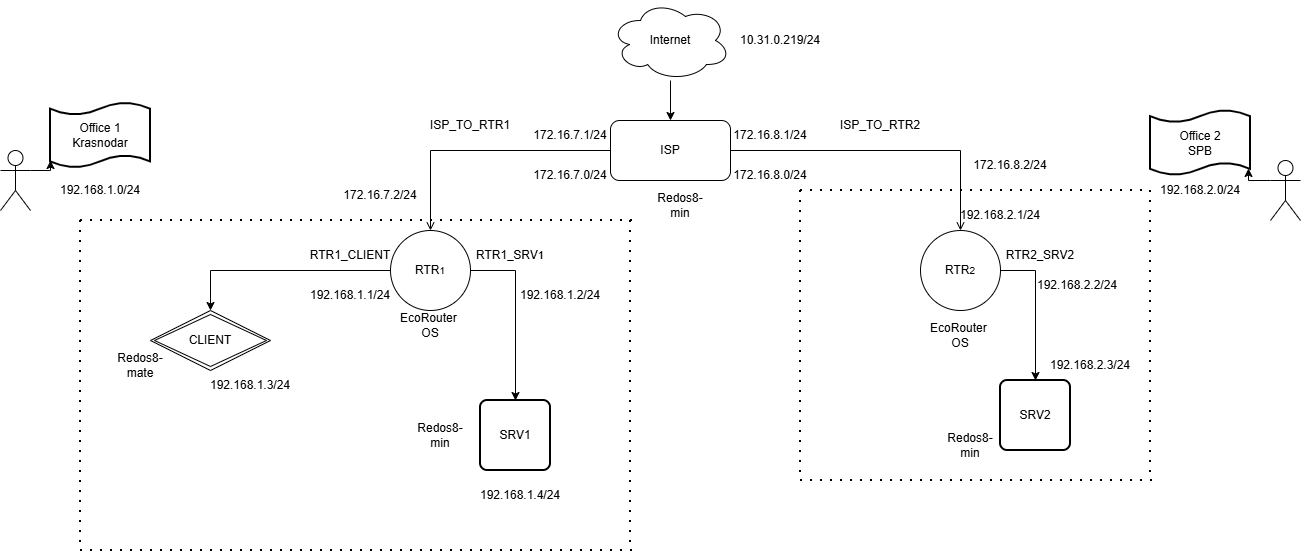
Above: Диаграмма без названия.drawio.png in polina497/petrocollege (draw.io), before the change. Source tidied: cells renumbered, new cells last; positions are measured from the earlier drawing's top-left corner, leaving out a move shared by most shapes.
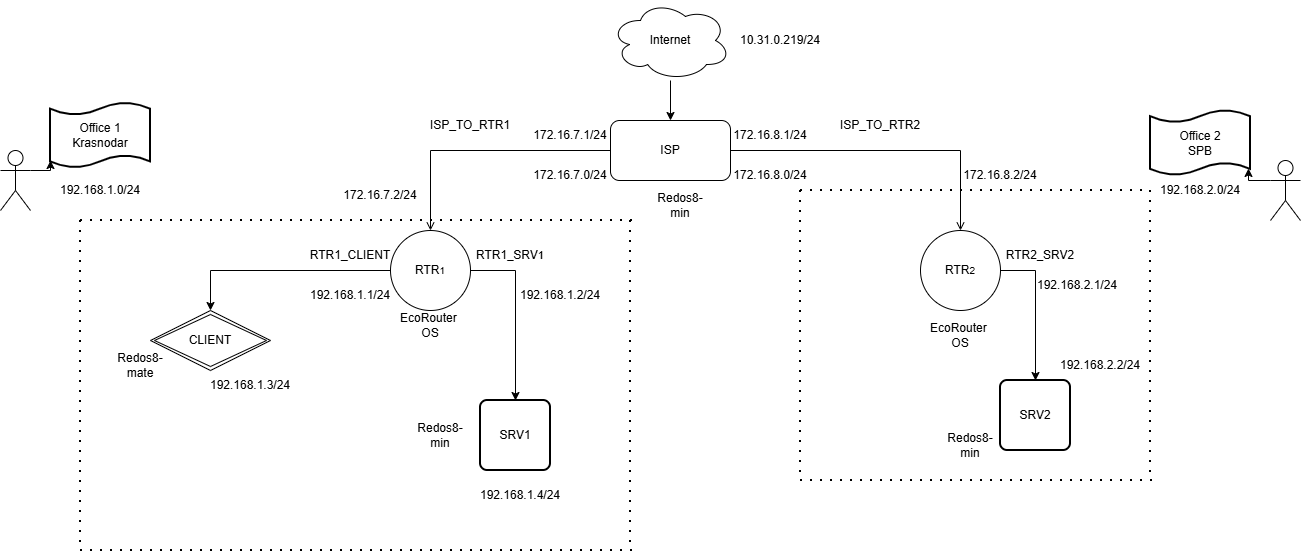
The same diagram one commit later.

What changed in the source:
```diff
@@ -129,7 +129,7 @@
       <mxGeometry x="740" y="160" width="60" height="30" as="geometry" />
     </mxCell>
     <mxCell id="36" value="192.168.2.1/24" style="text;html=1;whiteSpace=wrap;strokeColor=none;fillColor=none;align=center;verticalAlign=middle;rounded=0;" parent="1" vertex="1">
-      <mxGeometry x="970" y="200" width="60" height="30" as="geometry" />
+      <mxGeometry x="1047" y="270" width="60" height="30" as="geometry" />
     </mxCell>
     <mxCell id="37" value="192.168.1.1/24" style="text;html=1;whiteSpace=wrap;strokeColor=none;fillColor=none;align=center;verticalAlign=middle;rounded=0;" parent="1" vertex="1">
       <mxGeometry x="320" y="280" width="60" height="30" as="geometry" />
@@ -140,9 +140,6 @@
     <mxCell id="39" value="192.168.1.3/24" style="text;html=1;whiteSpace=wrap;strokeColor=none;fillColor=none;align=center;verticalAlign=middle;rounded=0;" parent="1" vertex="1">
       <mxGeometry x="220" y="370" width="60" height="30" as="geometry" />
     </mxCell>
-    <mxCell id="40" value="192.168.2.3/24" style="text;html=1;whiteSpace=wrap;strokeColor=none;fillColor=none;align=center;verticalAlign=middle;rounded=0;" parent="1" vertex="1">
-      <mxGeometry x="1060" y="350" width="60" height="30" as="geometry" />
-    </mxCell>
     <mxCell id="41" value="EcoRouter&amp;nbsp;&lt;div&gt;OS&lt;/div&gt;" style="text;html=1;whiteSpace=wrap;strokeColor=none;fillColor=none;align=center;verticalAlign=middle;rounded=0;" parent="1" vertex="1">
       <mxGeometry x="930" y="320" width="60" height="30" as="geometry" />
     </mxCell>
@@ -165,7 +162,7 @@
       <mxGeometry x="530" y="280" width="60" height="30" as="geometry" />
     </mxCell>
     <mxCell id="48" value="192.168.2.2/24" style="text;html=1;whiteSpace=wrap;strokeColor=none;fillColor=none;align=center;verticalAlign=middle;rounded=0;" parent="1" vertex="1">
-      <mxGeometry x="1047" y="270" width="60" height="30" as="geometry" />
+      <mxGeometry x="1070" y="350" width="60" height="30" as="geometry" />
     </mxCell>
     <mxCell id="49" value="172.16.7.1/24" style="text;html=1;whiteSpace=wrap;strokeColor=none;fillColor=none;align=center;verticalAlign=middle;rounded=0;" parent="1" vertex="1">
       <mxGeometry x="540" y="120" width="60" height="30" as="geometry" />
@@ -186,7 +183,7 @@
       <mxGeometry x="350" y="180" width="60" height="30" as="geometry" />
     </mxCell>
     <mxCell id="55" value="172.16.8.2/24" style="text;html=1;whiteSpace=wrap;strokeColor=none;fillColor=none;align=center;verticalAlign=middle;rounded=0;" parent="1" vertex="1">
-      <mxGeometry x="980" y="150" width="60" height="30" as="geometry" />
+      <mxGeometry x="970" y="160" width="60" height="30" as="geometry" />
     </mxCell>
   </root>
 </mxGraphModel>
```
